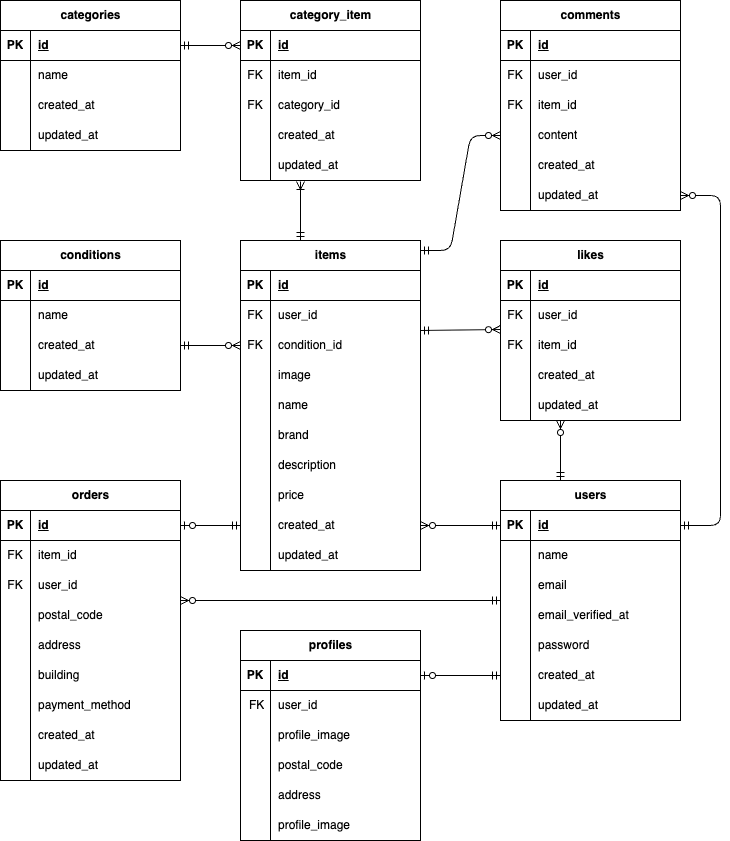
Earlier version of the draw.io export docs/er.drawio.png (YumiOotake/coachtech-flea-market-test). Source tidied: cells renumbered, new cells last; positions are measured from the earlier drawing's top-left corner, leaving out a move shared by most shapes.
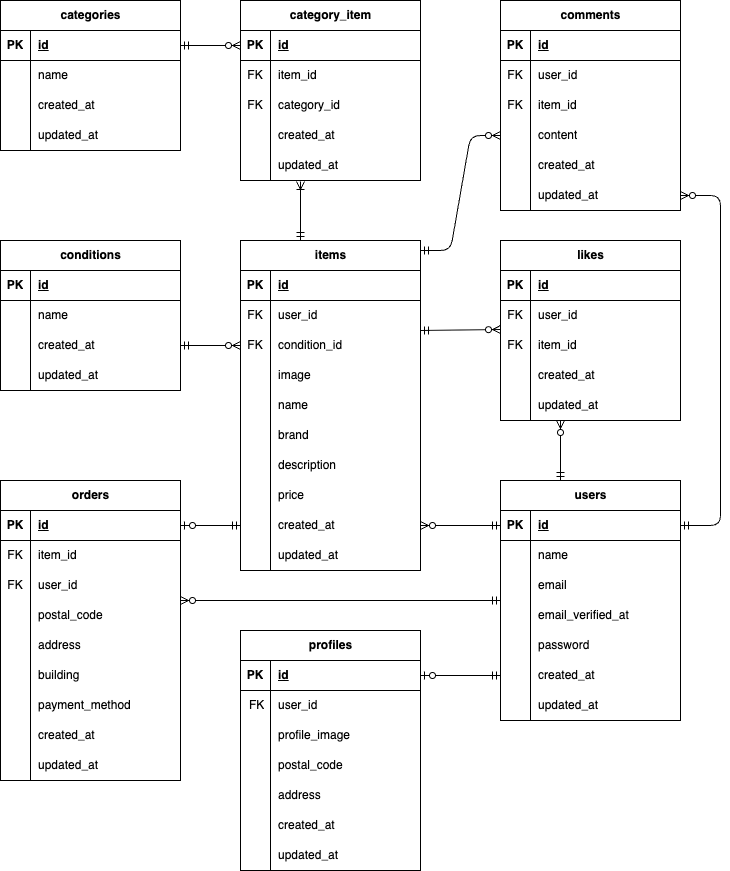
After the change.

Diff of the diagram source:
```diff
@@ -525,7 +525,7 @@
       <mxGeometry relative="1" as="geometry" />
     </mxCell>
     <mxCell id="170" value="profiles" style="shape=table;startSize=30;rowLines=0;fontStyle=1;align=center;html=1;" parent="1" vertex="1">
-      <mxGeometry x="240" y="630" width="180" height="210" as="geometry" />
+      <mxGeometry x="240" y="630" width="180" height="240" as="geometry" />
     </mxCell>
     <mxCell id="171" style="shape=tableRow;horizontal=0;startSize=0;swimlaneHead=0;swimlaneBody=0;fillColor=none;points=[[0,0.5],[1,0.5]];portConstraint=eastwest;top=0;left=0;right=0;bottom=1;" parent="170" vertex="1">
       <mxGeometry y="30" width="180" height="30" as="geometry" />
@@ -575,12 +575,21 @@
     <mxCell id="186" style="shape=tableRow;horizontal=0;startSize=0;swimlaneHead=0;swimlaneBody=0;fillColor=none;top=0;left=0;right=0;bottom=0;" parent="170" vertex="1">
       <mxGeometry y="180" width="180" height="30" as="geometry" />
     </mxCell>
-    <mxCell id="187" style="shape=partialRectangle;fillColor=none;top=0;left=0;bottom=0;right=0;overflow=hidden;whiteSpace=wrap;html=1;" parent="186" vertex="1">
-      <mxGeometry width="30" height="30" as="geometry" />
-    </mxCell>
-    <mxCell id="188" value="&lt;span style=&quot;color: rgb(0, 0, 0);&quot;&gt;profile_image&lt;/span&gt;" style="shape=partialRectangle;fillColor=none;top=0;left=0;bottom=0;right=0;align=left;spacingLeft=6;overflow=hidden;whiteSpace=wrap;html=1;" parent="186" vertex="1">
-      <mxGeometry x="30" width="150" height="30" as="geometry" />
-    </mxCell>
+    <mxCell id="190" style="shape=partialRectangle;fillColor=none;top=0;left=0;bottom=0;right=0;overflow=hidden;whiteSpace=wrap;html=1;" parent="186" vertex="1">
+      <mxGeometry width="30" height="30" as="geometry" />
+    </mxCell>
+    <mxCell id="191" value="&lt;span style=&quot;color: rgb(0, 0, 0);&quot;&gt;created_at&lt;/span&gt;" style="shape=partialRectangle;fillColor=none;top=0;left=0;bottom=0;right=0;align=left;spacingLeft=6;overflow=hidden;whiteSpace=wrap;html=1;" parent="186" vertex="1">
+      <mxGeometry x="30" width="150" height="30" as="geometry" />
+    </mxCell>
+    <mxCell id="192" style="shape=tableRow;horizontal=0;startSize=0;swimlaneHead=0;swimlaneBody=0;fillColor=none;top=0;left=0;right=0;bottom=0;" parent="170" vertex="1">
+      <mxGeometry y="210" width="180" height="30" as="geometry" />
+    </mxCell>
+    <mxCell id="193" style="shape=partialRectangle;fillColor=none;top=0;left=0;bottom=0;right=0;overflow=hidden;whiteSpace=wrap;html=1;" parent="192" vertex="1">
+      <mxGeometry width="30" height="30" as="geometry" />
+    </mxCell>
+    <mxCell id="194" value="&lt;span style=&quot;color: rgb(0, 0, 0);&quot;&gt;updated_at&lt;/span&gt;" style="shape=partialRectangle;fillColor=none;top=0;left=0;bottom=0;right=0;align=left;spacingLeft=6;overflow=hidden;whiteSpace=wrap;html=1;" parent="192" vertex="1">
+      <mxGeometry x="30" width="150" height="30" as="geometry" />
+    </mxCell>
     <mxCell id="189" style="fontSize=12;html=1;endArrow=ERzeroToOne;startArrow=ERmandOne;exitX=0;exitY=0.5;exitDx=0;exitDy=0;entryX=1;entryY=0.5;entryDx=0;entryDy=0;" parent="1" edge="1" source="63" target="171">
       <mxGeometry relative="1" as="geometry" />
     </mxCell>
```
